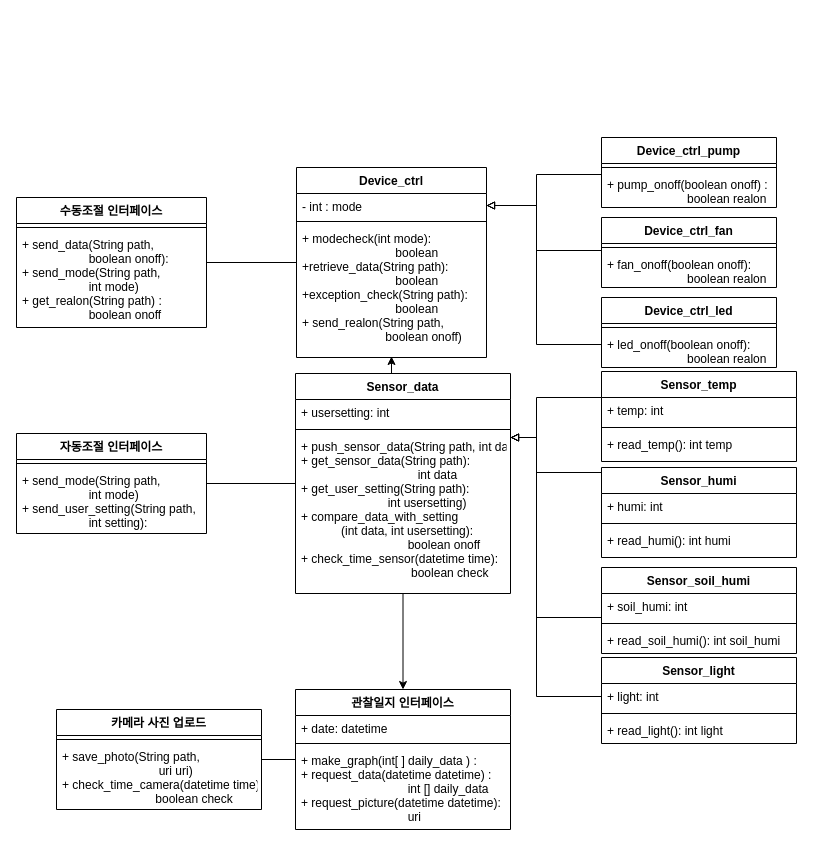
This is 5주차/클래스 다이어그램/class_dg_ver2.drawio from sonmyungwon/Software-Development, a draw.io file, before an edit. Source tidied: cells renumbered, new cells numbered last; positions are measured from the earlier drawing's top-left corner, leaving out a move shared by most shapes. Both pictures are drawn from the tidied source at 100%, with x=0, y=0 at pixel (16, 137).
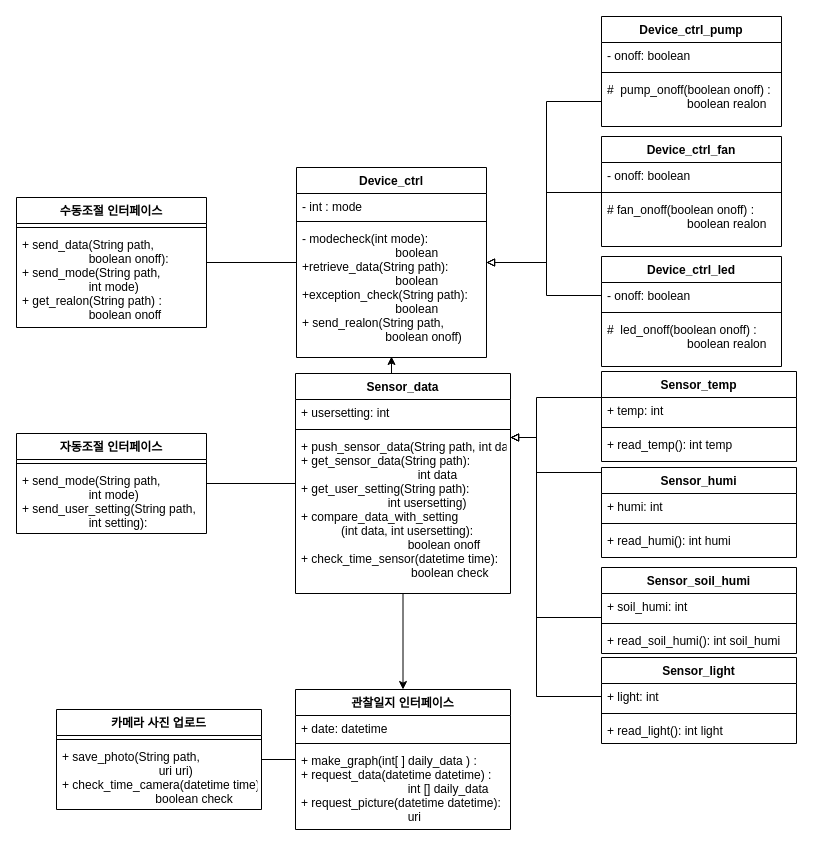
After the change.

Unchanged cells that the change refers to:
```xml
<mxCell id="24" value="Device_ctrl" style="swimlane;fontStyle=1;align=center;verticalAlign=top;horizontal=1;startSize=26;" parent="1" vertex="1">
  <mxGeometry x="280" y="30" width="190" height="190" as="geometry" />
</mxCell>
<mxCell id="25" value="- int : mode&#10;" style="text;strokeColor=none;fillColor=none;align=left;verticalAlign=top;spacingLeft=4;spacingRight=4;overflow=hidden;points=[[0,0.5],[1,0.5]];portConstraint=eastwest;" parent="24" vertex="1">
  <mxGeometry y="26" width="190" height="24" as="geometry" />
</mxCell>
```

What changed in the source:
```diff
@@
-    <mxCell id="7" value="Device_ctrl_pump" style="swimlane;fontStyle=1;align=center;verticalAlign=top;horizontal=1;startSize=26;strokeColor=default;" parent="1" vertex="1">
-      <mxGeometry x="585" width="175" height="70" as="geometry" />
-    </mxCell>
-    <mxCell id="8" style="line;strokeWidth=1;fillColor=none;align=left;verticalAlign=middle;spacingTop=-1;spacingLeft=3;spacingRight=3;labelPosition=right;strokeColor=inherit;" parent="7" vertex="1">
-      <mxGeometry y="26" width="175" height="8" as="geometry" />
-    </mxCell>
-    <mxCell id="9" value="+ pump_onoff(boolean onoff) :&#10;                        boolean realon " style="text;strokeColor=none;fillColor=none;align=left;verticalAlign=top;spacingLeft=4;spacingRight=4;overflow=hidden;points=[[0,0.5],[1,0.5]];portConstraint=eastwest;" parent="7" vertex="1">
-      <mxGeometry y="34" width="175" height="36" as="geometry" />
-    </mxCell>
-    <mxCell id="10" style="edgeStyle=orthogonalEdgeStyle;rounded=0;jettySize=auto;html=1;exitX=0;exitY=0.5;exitDx=0;exitDy=0;endArrow=block;endFill=0;entryX=1;entryY=0.5;entryDx=0;entryDy=0;" parent="1" edge="1" source="11" target="25">
-      <mxGeometry relative="1" as="geometry">
-        <Array as="points">
-          <mxPoint x="585" y="113" />
-          <mxPoint x="520" y="113" />
-          <mxPoint x="520" y="68" />
-        </Array>
-      </mxGeometry>
-    </mxCell>
-    <mxCell id="11" value="Device_ctrl_fan" style="swimlane;fontStyle=1;align=center;verticalAlign=top;horizontal=1;startSize=26;strokeColor=default;" parent="1" vertex="1">
-      <mxGeometry x="585" y="80" width="175" height="70" as="geometry" />
-    </mxCell>
-    <mxCell id="12" style="line;strokeWidth=1;fillColor=none;align=left;verticalAlign=middle;spacingTop=-1;spacingLeft=3;spacingRight=3;labelPosition=right;strokeColor=inherit;" parent="11" vertex="1">
-      <mxGeometry y="26" width="175" height="8" as="geometry" />
-    </mxCell>
-    <mxCell id="13" value="+ fan_onoff(boolean onoff):&#10;                        boolean realon" style="text;strokeColor=none;fillColor=none;align=left;verticalAlign=top;spacingLeft=4;spacingRight=4;overflow=hidden;" parent="11" vertex="1">
-      <mxGeometry y="34" width="175" height="36" as="geometry" />
-    </mxCell>
-    <mxCell id="14" value="Device_ctrl_led" style="swimlane;fontStyle=1;align=center;verticalAlign=top;horizontal=1;startSize=26;strokeColor=default;" parent="1" vertex="1">
-      <mxGeometry x="585" y="160" width="175" height="70" as="geometry" />
-    </mxCell>
-    <mxCell id="15" style="line;strokeWidth=1;fillColor=none;align=left;verticalAlign=middle;spacingTop=-1;spacingLeft=3;spacingRight=3;labelPosition=right;strokeColor=inherit;" parent="14" vertex="1">
-      <mxGeometry y="26" width="175" height="8" as="geometry" />
-    </mxCell>
-    <mxCell id="16" value="+ led_onoff(boolean onoff):&#10;                        boolean realon" style="text;strokeColor=none;fillColor=none;align=left;verticalAlign=top;spacingLeft=4;spacingRight=4;overflow=hidden;points=[[0,0.5],[1,0.5]];portConstraint=eastwest;" parent="14" vertex="1">
-      <mxGeometry y="34" width="175" height="36" as="geometry" />
-    </mxCell>
-    <mxCell id="17" style="edgeStyle=orthogonalEdgeStyle;rounded=0;jettySize=auto;html=1;exitX=0;exitY=0.5;exitDx=0;exitDy=0;endArrow=block;endFill=0;entryX=1;entryY=0.5;entryDx=0;entryDy=0;" parent="1" edge="1" source="16" target="25">
-      <mxGeometry relative="1" as="geometry">
-        <Array as="points">
-          <mxPoint x="585" y="207" />
-          <mxPoint x="520" y="207" />
-          <mxPoint x="520" y="68" />
-        </Array>
-      </mxGeometry>
-    </mxCell>
-    <mxCell id="18" style="edgeStyle=orthogonalEdgeStyle;rounded=0;jettySize=auto;html=1;exitX=0;exitY=0.5;exitDx=0;exitDy=0;endArrow=block;endFill=0;entryX=1;entryY=0.5;entryDx=0;entryDy=0;" parent="1" edge="1" source="9" target="25">
-      <mxGeometry relative="1" as="geometry">
-        <Array as="points">
-          <mxPoint x="585" y="37" />
-          <mxPoint x="520" y="37" />
-          <mxPoint x="520" y="68" />
-        </Array>
-      </mxGeometry>
-    </mxCell>
@@
-    <mxCell id="27" value="+ modecheck(int mode): &#10;                            boolean&#10;+retrieve_data(String path):&#10;                            boolean&#10;+exception_check(String path):&#10;                            boolean&#10;+ send_realon(String path,&#10;                         boolean onoff)" style="text;strokeColor=none;fillColor=none;align=left;verticalAlign=top;spacingLeft=4;spacingRight=4;overflow=hidden;" parent="24" vertex="1">
+    <mxCell id="27" value="- modecheck(int mode): &#10;                            boolean&#10;+retrieve_data(String path):&#10;                            boolean&#10;+exception_check(String path):&#10;                            boolean&#10;+ send_realon(String path,&#10;                         boolean onoff)" style="text;strokeColor=none;fillColor=none;align=left;verticalAlign=top;spacingLeft=4;spacingRight=4;overflow=hidden;" parent="24" vertex="1">
       <mxGeometry y="58" width="190" height="132" as="geometry" />
     </mxCell>
@@
+    <mxCell id="7" value="Device_ctrl_pump" style="swimlane;fontStyle=1;align=center;verticalAlign=top;horizontal=1;startSize=26;" parent="1" vertex="1">
+      <mxGeometry x="585" y="-121" width="180" height="110" as="geometry" />
+    </mxCell>
+    <mxCell id="60" value="- onoff: boolean" style="text;strokeColor=none;fillColor=none;align=left;verticalAlign=top;spacingLeft=4;spacingRight=4;overflow=hidden;" parent="7" vertex="1">
+      <mxGeometry y="26" width="180" height="26" as="geometry" />
+    </mxCell>
+    <mxCell id="61" style="line;strokeWidth=1;fillColor=none;align=left;verticalAlign=middle;spacingTop=-1;spacingLeft=3;spacingRight=3;labelPosition=right;strokeColor=inherit;" parent="7" vertex="1">
+      <mxGeometry y="52" width="180" height="8" as="geometry" />
+    </mxCell>
+    <mxCell id="62" value="#  pump_onoff(boolean onoff) :&#10;                        boolean realon " style="text;strokeColor=none;fillColor=none;align=left;verticalAlign=top;spacingLeft=4;spacingRight=4;overflow=hidden;points=[[0,0.5],[1,0.5]];portConstraint=eastwest;" parent="7" vertex="1">
+      <mxGeometry y="60" width="180" height="50" as="geometry" />
+    </mxCell>
+    <mxCell id="11" value="Device_ctrl_fan" style="swimlane;fontStyle=1;align=center;verticalAlign=top;horizontal=1;startSize=26;" parent="1" vertex="1">
+      <mxGeometry x="585" y="-1" width="180" height="110" as="geometry" />
+    </mxCell>
+    <mxCell id="63" value="- onoff: boolean" style="text;strokeColor=none;fillColor=none;align=left;verticalAlign=top;spacingLeft=4;spacingRight=4;overflow=hidden;" parent="11" vertex="1">
+      <mxGeometry y="26" width="180" height="26" as="geometry" />
+    </mxCell>
+    <mxCell id="64" style="line;strokeWidth=1;fillColor=none;align=left;verticalAlign=middle;spacingTop=-1;spacingLeft=3;spacingRight=3;labelPosition=right;points=[];portConstraint=eastwest;strokeColor=inherit;" parent="11" vertex="1">
+      <mxGeometry y="52" width="180" height="8" as="geometry" />
+    </mxCell>
+    <mxCell id="65" value="# fan_onoff(boolean onoff) :&#10;                        boolean realon " style="text;strokeColor=none;fillColor=none;align=left;verticalAlign=top;spacingLeft=4;spacingRight=4;overflow=hidden;" parent="11" vertex="1">
+      <mxGeometry y="60" width="180" height="50" as="geometry" />
+    </mxCell>
+    <mxCell id="14" value="Device_ctrl_led" style="swimlane;fontStyle=1;align=center;verticalAlign=top;horizontal=1;startSize=26;" parent="1" vertex="1">
+      <mxGeometry x="585" y="119" width="180" height="110" as="geometry" />
+    </mxCell>
+    <mxCell id="66" value="- onoff: boolean" style="text;strokeColor=none;fillColor=none;align=left;verticalAlign=top;spacingLeft=4;spacingRight=4;overflow=hidden;points=[[0,0.5],[1,0.5]];portConstraint=eastwest;" parent="14" vertex="1">
+      <mxGeometry y="26" width="180" height="26" as="geometry" />
+    </mxCell>
+    <mxCell id="67" style="line;strokeWidth=1;fillColor=none;align=left;verticalAlign=middle;spacingTop=-1;spacingLeft=3;spacingRight=3;labelPosition=right;strokeColor=inherit;" parent="14" vertex="1">
+      <mxGeometry y="52" width="180" height="8" as="geometry" />
+    </mxCell>
+    <mxCell id="68" value="#  led_onoff(boolean onoff) :&#10;                        boolean realon " style="text;strokeColor=none;fillColor=none;align=left;verticalAlign=top;spacingLeft=4;spacingRight=4;overflow=hidden;" parent="14" vertex="1">
+      <mxGeometry y="60" width="180" height="50" as="geometry" />
+    </mxCell>
+    <mxCell id="69" style="edgeStyle=orthogonalEdgeStyle;rounded=0;jettySize=auto;html=1;endArrow=block;endFill=0;" parent="1" edge="1" source="62" target="24">
+      <mxGeometry relative="1" as="geometry">
+        <Array as="points">
+          <mxPoint x="530" y="-36" />
+          <mxPoint x="530" y="125" />
+        </Array>
+      </mxGeometry>
+    </mxCell>
+    <mxCell id="70" style="edgeStyle=orthogonalEdgeStyle;rounded=0;jettySize=auto;html=1;endArrow=block;endFill=0;" parent="1" edge="1" source="64" target="24">
+      <mxGeometry relative="1" as="geometry">
+        <Array as="points">
+          <mxPoint x="530" y="55" />
+          <mxPoint x="530" y="125" />
+        </Array>
+      </mxGeometry>
+    </mxCell>
+    <mxCell id="71" style="edgeStyle=orthogonalEdgeStyle;rounded=0;jettySize=auto;html=1;endArrow=block;endFill=0;" parent="1" edge="1" source="66" target="24">
+      <mxGeometry relative="1" as="geometry">
+        <Array as="points">
+          <mxPoint x="530" y="158" />
+          <mxPoint x="530" y="125" />
+        </Array>
+      </mxGeometry>
+    </mxCell>
```
